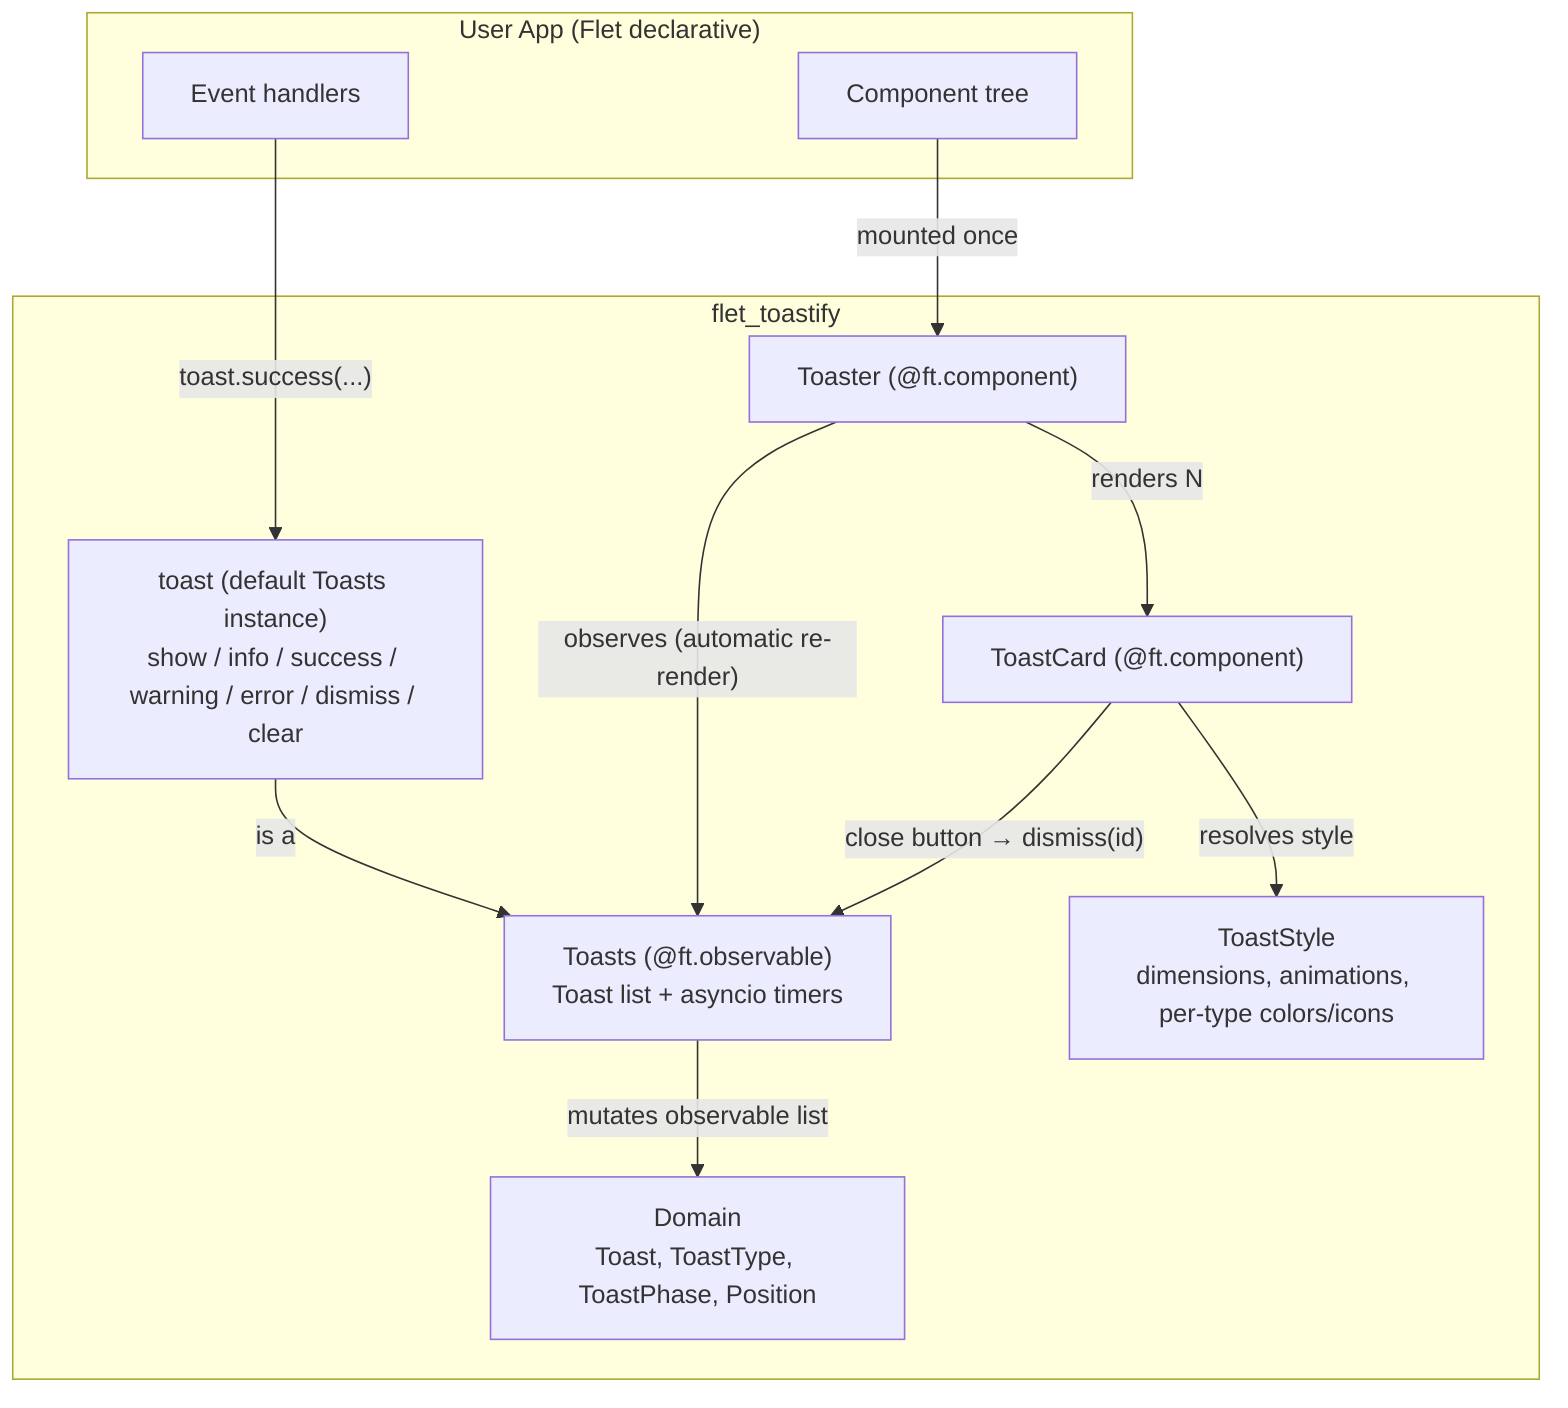
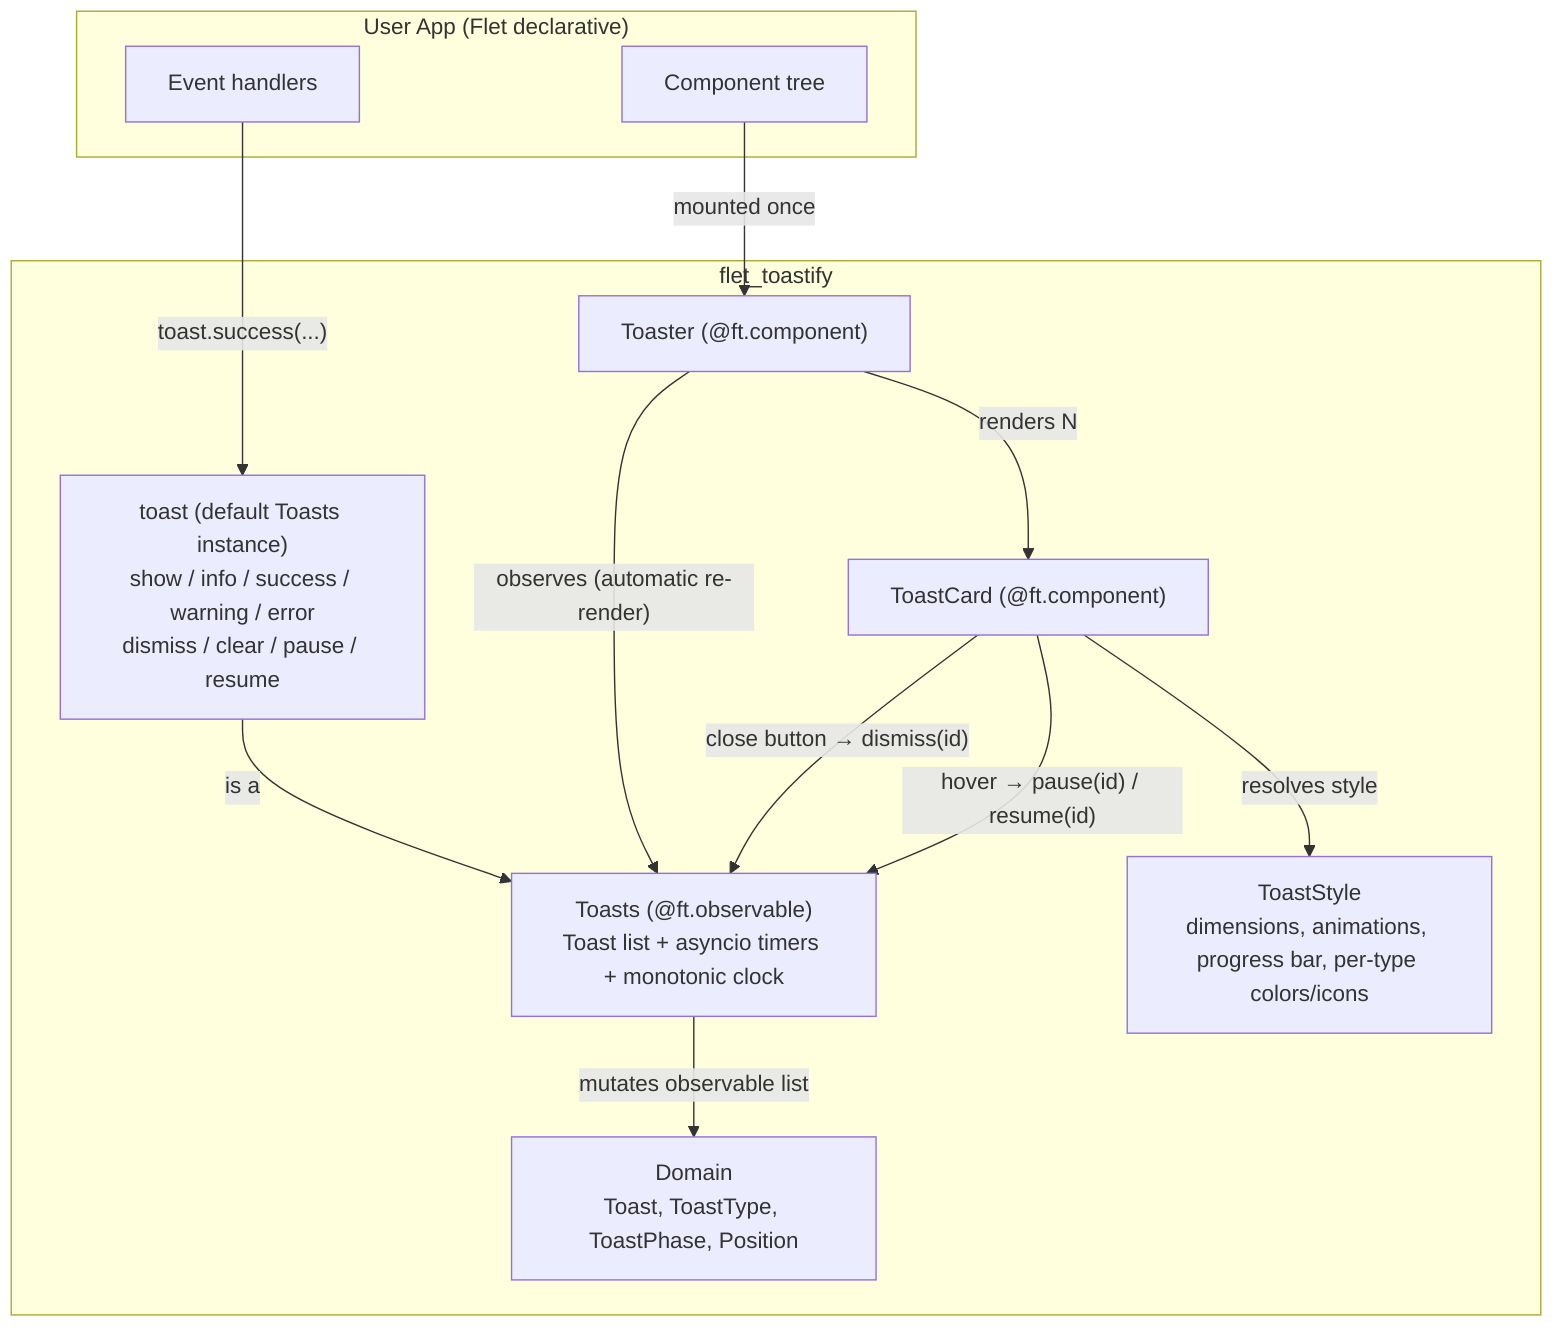
flowchart TB
    subgraph app["User App (Flet declarative)"]
        handler["Event handlers"]
        tree["Component tree"]
    end

    subgraph fts["flet_toastify"]
-         facade["toast (default Toasts instance)<br/>show / info / success / warning / error / dismiss / clear"]
-         state["Toasts (@ft.observable)<br/>Toast list + asyncio timers"]
-         style_["ToastStyle<br/>dimensions, animations, per-type colors/icons"]
+         facade["toast (default Toasts instance)<br/>show / info / success / warning / error<br/>dismiss / clear / pause / resume"]
+         state["Toasts (@ft.observable)<br/>Toast list + asyncio timers + monotonic clock"]
+         style_["ToastStyle<br/>dimensions, animations, progress bar, per-type colors/icons"]
        domain["Domain<br/>Toast, ToastType, ToastPhase, Position"]
        toaster["Toaster (@ft.component)"]
        card["ToastCard (@ft.component)"]
    end

    handler -->|"toast.success(...)"| facade
    facade -->|is a| state
    state -->|mutates observable list| domain
    tree -->|mounted once| toaster
    toaster -->|"observes (automatic re-render)"| state
    toaster -->|renders N| card
    card -->|"resolves style"| style_
    card -->|"close button → dismiss(id)"| state
+     card -->|"hover → pause(id) / resume(id)"| state
